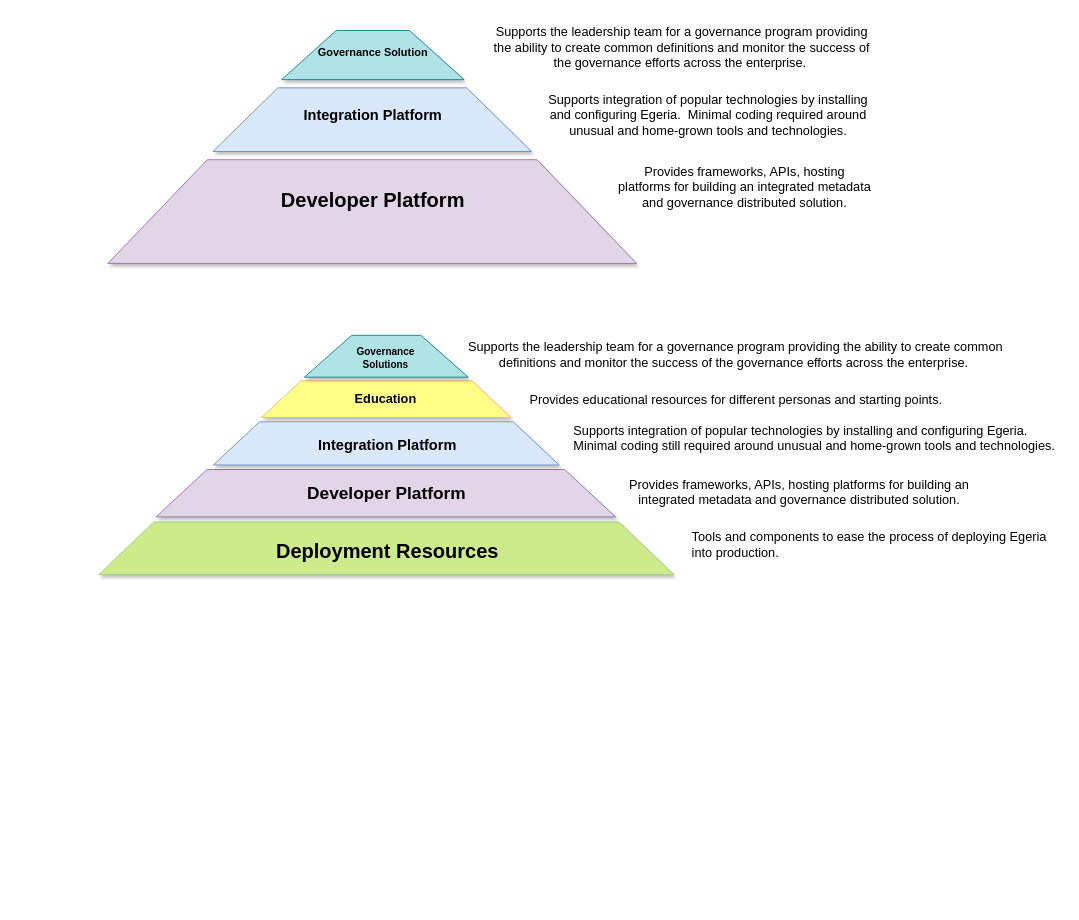
Above: page "overview" (1 of 24) of site/docs/release-notes/egeria-status.drawio in odpi/egeria-docs (draw.io), before the change. Source tidied: cells renumbered, new cells numbered last; positions are measured from the earlier drawing's top-left corner, leaving out a move shared by most shapes. Both pictures are drawn from the tidied source at 91%, with x=0, y=0 at pixel (98, 15).
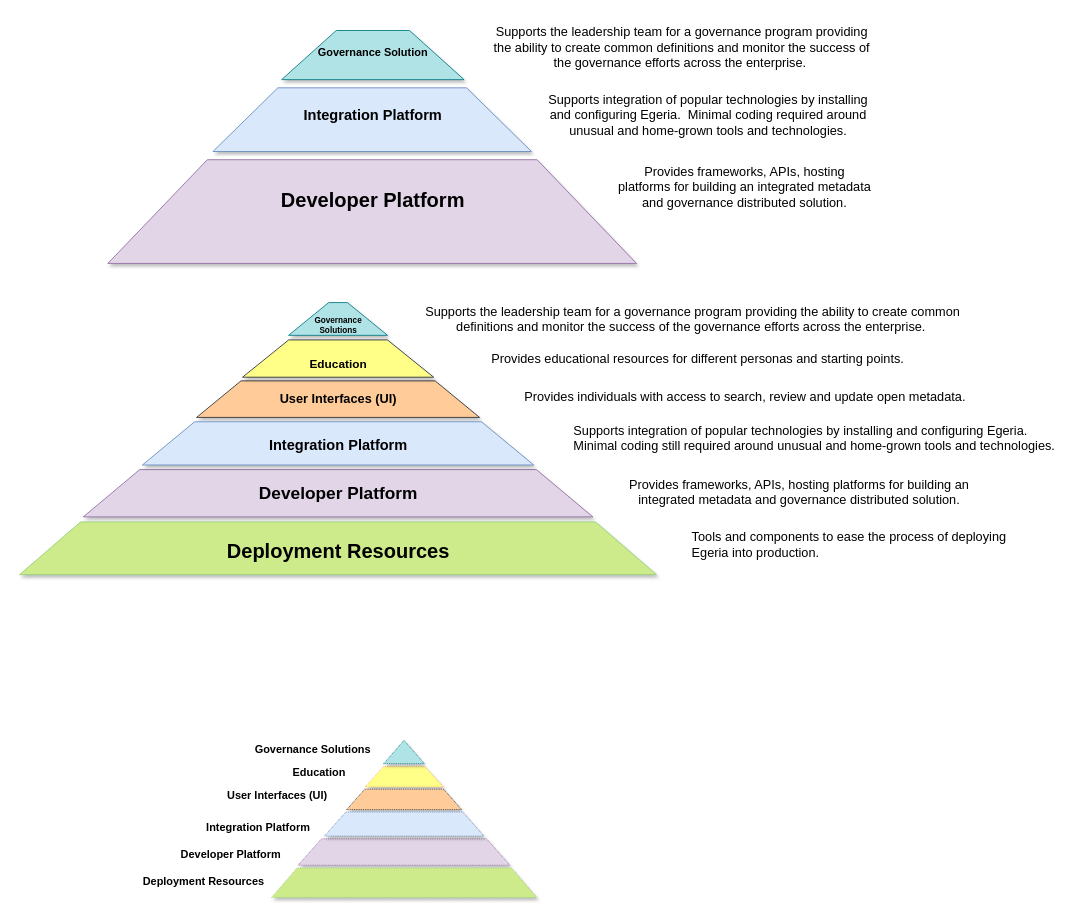
After the change.

Change to the diagram source:
```diff
@@
     <mxCell id="11" style="shape=trapezoid;perimeter=trapezoidPerimeter;whiteSpace=wrap;html=1;size=0.11089108910891089;fillColor=#e1d5e7;strokeColor=#9673a6;shadow=1;" parent="1" vertex="1">
-      <mxGeometry x="63" y="498.5" width="505" height="52" as="geometry" />
+      <mxGeometry x="-17" y="498.5" width="560" height="52" as="geometry" />
     </mxCell>
-    <mxCell id="12" style="shape=trapezoid;perimeter=trapezoidPerimeter;whiteSpace=wrap;html=1;size=0.15714285714285714;fillColor=#ffff88;strokeColor=#FFB366;shadow=1;" parent="1" vertex="1">
-      <mxGeometry x="179" y="401" width="274" height="40.2" as="geometry" />
+    <mxCell id="12" style="shape=trapezoid;perimeter=trapezoidPerimeter;whiteSpace=wrap;html=1;size=0.15714285714285714;fillColor=#ffcc99;strokeColor=#36393d;shadow=1;" parent="1" vertex="1">
+      <mxGeometry x="107.5" y="401" width="311" height="40.2" as="geometry" />
     </mxCell>
-    <mxCell id="13" style="shape=trapezoid;perimeter=trapezoidPerimeter;whiteSpace=wrap;html=1;size=0.28888888888888886;fillColor=#b0e3e6;strokeColor=#0e8088;shadow=1;fontSize=12;" parent="1" vertex="1">
-      <mxGeometry x="226" y="351" width="180" height="46" as="geometry" />
+    <mxCell id="13" style="shape=trapezoid;perimeter=trapezoidPerimeter;whiteSpace=wrap;html=1;size=0.24193548387096775;fillColor=#ffff88;strokeColor=#36393d;shadow=1;fontSize=12;" parent="1" vertex="1">
+      <mxGeometry x="158" y="356" width="210" height="41" as="geometry" />
     </mxCell>
-    <mxCell id="14" value="Governance&lt;br style=&quot;font-size: 11px;&quot;&gt;Solutions" style="text;html=1;align=center;verticalAlign=middle;fontSize=11;fontStyle=1;" parent="1" vertex="1">
-      <mxGeometry x="275" y="361" width="80" height="30" as="geometry" />
-    </mxCell>
     <mxCell id="15" value="Developer Platform" style="text;html=1;align=center;verticalAlign=middle;fontSize=19;fontStyle=1;shadow=0;rounded=1;" parent="1" vertex="1">
-      <mxGeometry x="220.5" y="509.5" width="190" height="30" as="geometry" />
+      <mxGeometry x="168" y="509.5" width="190" height="30" as="geometry" />
     </mxCell>
     <mxCell id="16" value="Supports the leadership team for a governance program providing the ability to create common definitions and monitor the success of the governance efforts across the enterprise.&amp;nbsp;" style="text;html=1;strokeColor=none;fillColor=none;align=center;verticalAlign=middle;whiteSpace=wrap;rounded=0;shadow=0;glass=1;fontSize=14;fontColor=#000000;opacity=50;" parent="1" vertex="1">
-      <mxGeometry x="395.2" y="342" width="609.5" height="60" as="geometry" />
+      <mxGeometry x="348" y="303" width="609.5" height="60" as="geometry" />
     </mxCell>
@@
     <mxCell id="19" style="shape=trapezoid;perimeter=trapezoidPerimeter;whiteSpace=wrap;html=1;size=0.13333333333333333;fillColor=#dae8fc;strokeColor=#6c8ebf;shadow=1;" parent="1" vertex="1">
-      <mxGeometry x="126" y="446" width="380" height="47.5" as="geometry" />
+      <mxGeometry x="48" y="446" width="430" height="47.5" as="geometry" />
     </mxCell>
     <mxCell id="20" style="shape=trapezoid;perimeter=trapezoidPerimeter;whiteSpace=wrap;html=1;size=0.09583333333333334;fillColor=#cdeb8b;strokeColor=#97D077;shadow=1;" parent="1" vertex="1">
-      <mxGeometry y="556" width="632" height="58" as="geometry" />
+      <mxGeometry x="-87" y="556" width="700" height="58" as="geometry" />
     </mxCell>
     <mxCell id="21" value="Deployment Resources" style="text;html=1;align=center;verticalAlign=middle;fontSize=22;fontStyle=1;shadow=0;rounded=1;" parent="1" vertex="1">
-      <mxGeometry x="186.8" y="574" width="260" height="30" as="geometry" />
+      <mxGeometry x="133" y="574" width="260" height="30" as="geometry" />
     </mxCell>
     <mxCell id="22" value="Integration Platform" style="text;html=1;align=center;verticalAlign=middle;fontSize=16;fontStyle=1;" parent="1" vertex="1">
-      <mxGeometry x="231.5" y="461.2" width="170" height="20" as="geometry" />
+      <mxGeometry x="178" y="461.2" width="170" height="20" as="geometry" />
     </mxCell>
-    <mxCell id="23" value="Education" style="text;html=1;align=center;verticalAlign=middle;fontSize=14;fontStyle=1;" parent="1" vertex="1">
-      <mxGeometry x="275" y="411.1" width="80" height="20" as="geometry" />
+    <mxCell id="23" value="Education" style="text;html=1;align=center;verticalAlign=middle;fontSize=13;fontStyle=1;" parent="1" vertex="1">
+      <mxGeometry x="223" y="371.5" width="80" height="20" as="geometry" />
     </mxCell>
     <mxCell id="24" value="Provides educational resources for different personas and starting points." style="text;html=1;align=center;verticalAlign=middle;fontSize=14;" parent="1" vertex="1">
-      <mxGeometry x="465" y="412" width="470" height="20" as="geometry" />
+      <mxGeometry x="423.3" y="366.5" width="470" height="20" as="geometry" />
     </mxCell>
-    <mxCell id="25" value="Tools and components to ease the process of deploying Egeria&lt;br&gt;into production." style="text;html=1;align=left;verticalAlign=middle;fontSize=14;" parent="1" vertex="1">
-      <mxGeometry x="650" y="561.2" width="410" height="40" as="geometry" />
+    <mxCell id="25" value="Tools and components to ease the process of deploying&lt;br&gt;Egeria into production." style="text;html=1;align=left;verticalAlign=middle;fontSize=14;" parent="1" vertex="1">
+      <mxGeometry x="650" y="561.2" width="360" height="40" as="geometry" />
     </mxCell>
+    <mxCell id="26" value="Governance Solutions" style="text;html=1;align=center;verticalAlign=middle;fontSize=12;fontStyle=1;" parent="1" vertex="1">
+      <mxGeometry x="164.7" y="796" width="140" height="20" as="geometry" />
+    </mxCell>
+    <mxCell id="27" value="Developer Platform" style="text;html=1;align=center;verticalAlign=middle;fontSize=12;fontStyle=1;shadow=0;rounded=1;" parent="1" vertex="1">
+      <mxGeometry x="80" y="911.7" width="130" height="20" as="geometry" />
+    </mxCell>
+    <mxCell id="28" value="Deployment Resources" style="text;html=1;align=center;verticalAlign=middle;fontSize=12;fontStyle=1;shadow=0;rounded=1;" parent="1" vertex="1">
+      <mxGeometry x="40" y="941.3" width="150" height="20" as="geometry" />
+    </mxCell>
+    <mxCell id="29" value="Integration Platform" style="text;html=1;align=center;verticalAlign=middle;fontSize=12;fontStyle=1;" parent="1" vertex="1">
+      <mxGeometry x="110" y="881.7" width="130" height="20" as="geometry" />
+    </mxCell>
+    <mxCell id="30" value="User Interfaces (UI)" style="text;html=1;align=center;verticalAlign=middle;fontSize=12;fontStyle=1;" parent="1" vertex="1">
+      <mxGeometry x="131.2" y="847.2" width="130" height="20" as="geometry" />
+    </mxCell>
+    <mxCell id="31" style="shape=trapezoid;perimeter=trapezoidPerimeter;whiteSpace=wrap;html=1;size=0.2379941860465113;fillColor=#ffff88;strokeColor=#FFB366;shadow=1;dashed=1;dashPattern=1 1;" parent="1" vertex="1">
+      <mxGeometry x="292.7" y="824.7" width="86" height="22.5" as="geometry" />
+    </mxCell>
+    <mxCell id="32" style="shape=trapezoid;perimeter=trapezoidPerimeter;whiteSpace=wrap;html=1;size=0.5;fillColor=#b0e3e6;strokeColor=#0e8088;shadow=1;fontSize=12;dashed=1;dashPattern=1 1;" parent="1" vertex="1">
+      <mxGeometry x="313.1" y="796" width="44.7" height="25.7" as="geometry" />
+    </mxCell>
+    <mxCell id="33" style="shape=trapezoid;perimeter=trapezoidPerimeter;whiteSpace=wrap;html=1;size=0.11089108910891089;fillColor=#e1d5e7;strokeColor=#9673a6;shadow=1;dashed=1;dashPattern=1 1;" parent="1" vertex="1">
+      <mxGeometry x="219" y="904.2" width="232.9" height="29.1" as="geometry" />
+    </mxCell>
+    <mxCell id="34" style="shape=trapezoid;perimeter=trapezoidPerimeter;whiteSpace=wrap;html=1;size=0.15714285714285714;fillColor=#ffcc99;strokeColor=#36393d;shadow=1;dashed=1;dashPattern=1 1;" parent="1" vertex="1">
+      <mxGeometry x="272.5" y="849.7" width="126.3" height="22.5" as="geometry" />
+    </mxCell>
+    <mxCell id="35" style="shape=trapezoid;perimeter=trapezoidPerimeter;whiteSpace=wrap;html=1;size=0.13333333333333333;fillColor=#dae8fc;strokeColor=#6c8ebf;shadow=1;dashed=1;dashPattern=1 1;" parent="1" vertex="1">
+      <mxGeometry x="248.1" y="874.8" width="175.2" height="26.5" as="geometry" />
+    </mxCell>
+    <mxCell id="36" style="shape=trapezoid;perimeter=trapezoidPerimeter;whiteSpace=wrap;html=1;size=0.09583333333333334;fillColor=#cdeb8b;strokeColor=#97D077;shadow=1;dashed=1;dashPattern=1 1;" parent="1" vertex="1">
+      <mxGeometry x="190" y="936.3" width="291.4" height="32.4" as="geometry" />
+    </mxCell>
+    <mxCell id="37" value="Education" style="text;html=1;align=center;verticalAlign=middle;fontSize=12;fontStyle=1;" parent="1" vertex="1">
+      <mxGeometry x="206.8" y="821.7" width="70" height="20" as="geometry" />
+    </mxCell>
+    <mxCell id="38" style="shape=trapezoid;perimeter=trapezoidPerimeter;whiteSpace=wrap;html=1;size=0.4053308823529409;fillColor=#b0e3e6;strokeColor=#0e8088;shadow=1;fontSize=12;" parent="1" vertex="1">
+      <mxGeometry x="208.6" y="315" width="108.8" height="36" as="geometry" />
+    </mxCell>
+    <mxCell id="39" value="User Interfaces (UI)" style="text;html=1;align=center;verticalAlign=middle;fontSize=14;fontStyle=1;" parent="1" vertex="1">
+      <mxGeometry x="193" y="411.1" width="140" height="20" as="geometry" />
+    </mxCell>
+    <mxCell id="14" value="Governance&lt;br style=&quot;font-size: 9px;&quot;&gt;Solutions" style="text;html=1;align=center;verticalAlign=middle;fontSize=9;fontStyle=1;" parent="1" vertex="1">
+      <mxGeometry x="228" y="325" width="70" height="30" as="geometry" />
+    </mxCell>
+    <mxCell id="40" value="Provides individuals with access to search, review and update open metadata." style="text;html=1;align=center;verticalAlign=middle;fontSize=14;" parent="1" vertex="1">
+      <mxGeometry x="460" y="409" width="500" height="20" as="geometry" />
+    </mxCell>
```
